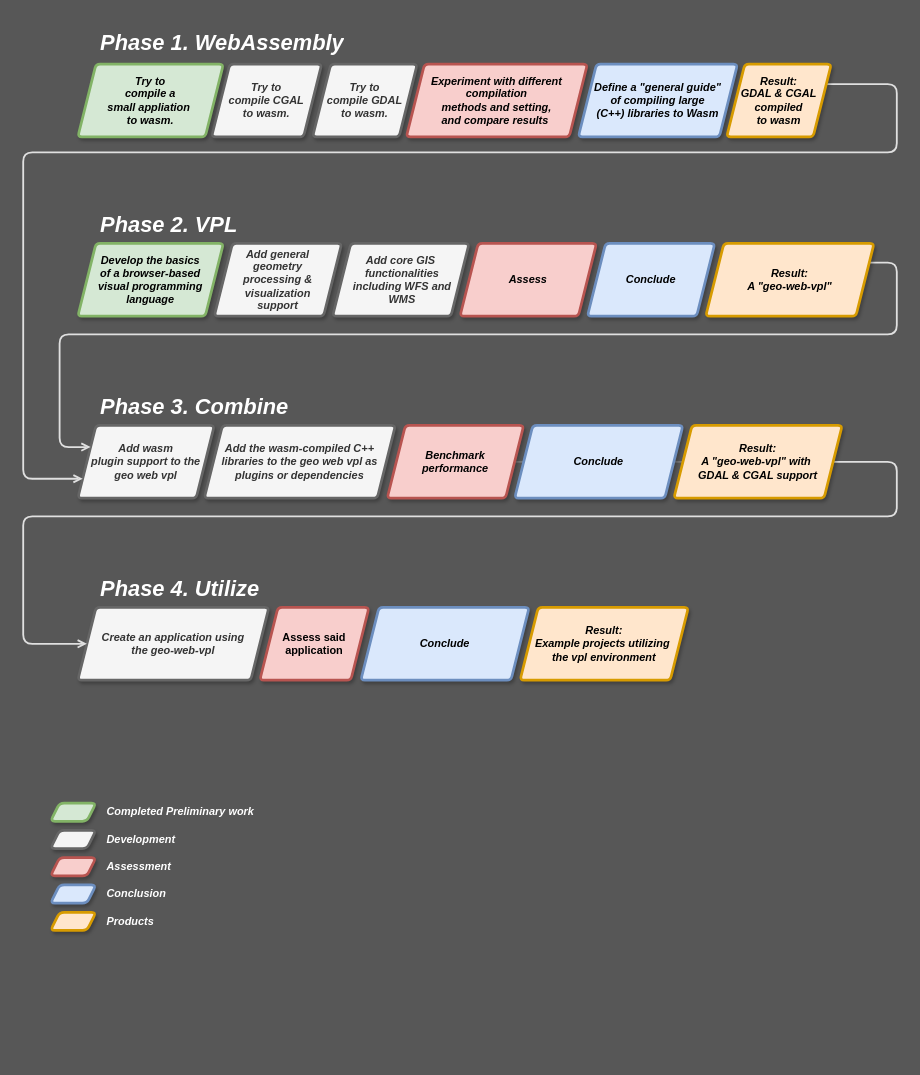
Before: proposal/schemas/Untitled Diagram.drawio in the-red-feather/thesis, a draw.io diagram. Source tidied: cells renumbered, new cells numbered last; positions are measured from the earlier drawing's top-left corner, leaving out a move shared by most shapes. Both pictures are drawn from the tidied source at 91%, with x=0, y=0 at pixel (23, 25).
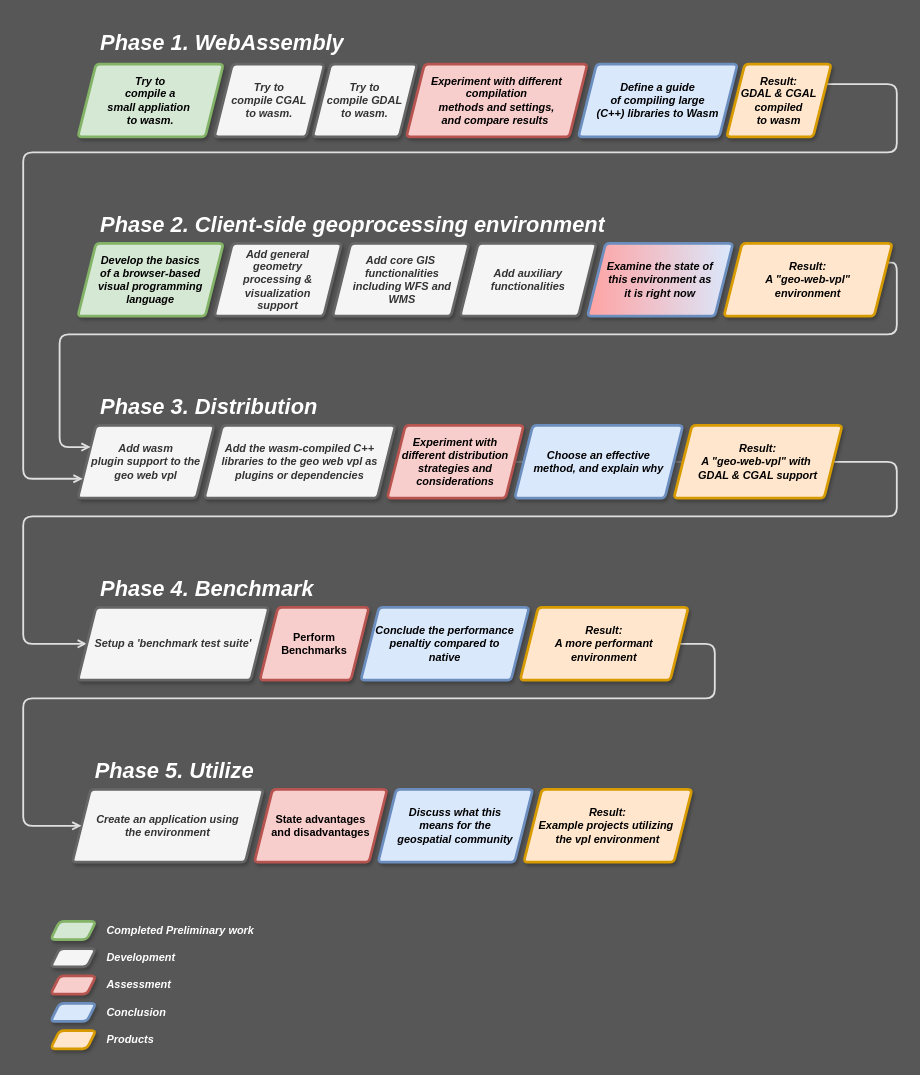
The same diagram, later.

Unchanged cells that the change refers to:
```xml
<mxCell id="2" value="&lt;div&gt;&lt;i&gt;&lt;b&gt;Add wasm &lt;br&gt;&lt;/b&gt;&lt;/i&gt;&lt;/div&gt;&lt;div&gt;&lt;i&gt;&lt;b&gt;plugin support to the &lt;br&gt;&lt;/b&gt;&lt;/i&gt;&lt;/div&gt;&lt;div&gt;&lt;i&gt;&lt;b&gt;geo web vpl&lt;/b&gt;&lt;/i&gt;&lt;/div&gt;" style="shape=parallelogram;perimeter=parallelogramPerimeter;whiteSpace=wrap;html=1;fixedSize=1;fillColor=#f5f5f5;strokeColor=#666666;fontColor=#333333;rounded=1;strokeWidth=3;arcSize=9;shadow=1;fontFamily=Helvetica;" parent="1" vertex="1">
  <mxGeometry x="60" y="440" width="150" height="80" as="geometry" />
</mxCell>
```

The edit, as a diff of the source:
```diff
@@
     <mxCell id="3" value="&lt;div&gt;&lt;i&gt;&lt;b&gt;Try to&lt;/b&gt;&lt;/i&gt;&lt;/div&gt;&lt;div&gt;&lt;i&gt;&lt;b&gt;compile CGAL &lt;br&gt;&lt;/b&gt;&lt;/i&gt;&lt;/div&gt;&lt;div&gt;&lt;i&gt;&lt;b&gt;to wasm.&lt;/b&gt;&lt;/i&gt;&lt;/div&gt;" style="shape=parallelogram;perimeter=parallelogramPerimeter;whiteSpace=wrap;html=1;fixedSize=1;fillColor=#f5f5f5;strokeColor=#666666;fontColor=#333333;rounded=1;strokeWidth=3;arcSize=9;shadow=1;fontFamily=Helvetica;" parent="1" vertex="1">
-      <mxGeometry x="207" y="43" width="121" height="80" as="geometry" />
+      <mxGeometry x="210" y="43" width="121" height="80" as="geometry" />
     </mxCell>
@@
-    <mxCell id="5" value="&lt;font color=&quot;#333333&quot;&gt;&lt;b&gt;&lt;i&gt;&lt;font&gt;Create an application using&lt;br&gt;the geo-web-vpl&lt;/font&gt;&lt;/i&gt;&lt;/b&gt;&lt;/font&gt;" style="shape=parallelogram;perimeter=parallelogramPerimeter;whiteSpace=wrap;html=1;fixedSize=1;fillColor=#f5f5f5;strokeColor=#666666;fontColor=#333333;rounded=1;strokeWidth=3;arcSize=9;shadow=1;fontFamily=Helvetica;" parent="1" vertex="1">
-      <mxGeometry x="60" y="640" width="210" height="80" as="geometry" />
+    <mxCell id="5" value="&lt;font color=&quot;#333333&quot;&gt;&lt;b&gt;&lt;i&gt;&lt;font&gt;Create an application using&lt;br&gt;the environment&lt;/font&gt;&lt;/i&gt;&lt;/b&gt;&lt;/font&gt;" style="shape=parallelogram;perimeter=parallelogramPerimeter;whiteSpace=wrap;html=1;fixedSize=1;fillColor=#f5f5f5;strokeColor=#666666;fontColor=#333333;rounded=1;strokeWidth=3;arcSize=9;shadow=1;fontFamily=Helvetica;" parent="1" vertex="1">
+      <mxGeometry x="54" y="840" width="210" height="80" as="geometry" />
     </mxCell>
@@
-    <mxCell id="7" value="&lt;h1&gt;&lt;i&gt;Phase 2. VPL&lt;br&gt;&lt;/i&gt;&lt;/h1&gt;" style="text;html=1;strokeColor=none;fillColor=none;spacing=5;spacingTop=-20;whiteSpace=wrap;overflow=hidden;fontColor=#FFFFFF;rounded=0;fontFamily=Helvetica;" parent="1" vertex="1">
-      <mxGeometry x="80" y="200" width="450" height="35" as="geometry" />
+    <mxCell id="7" value="&lt;h1&gt;&lt;i&gt;Phase 2. Client-side geoprocessing environment&lt;br&gt;&lt;/i&gt;&lt;/h1&gt;" style="text;html=1;strokeColor=none;fillColor=none;spacing=5;spacingTop=-20;whiteSpace=wrap;overflow=hidden;fontColor=#FFFFFF;rounded=0;fontFamily=Helvetica;" parent="1" vertex="1">
+      <mxGeometry x="80" y="200" width="670" height="35" as="geometry" />
     </mxCell>
-    <mxCell id="8" value="&lt;h1&gt;&lt;i&gt;Phase 3. Combine&lt;br&gt;&lt;/i&gt;&lt;/h1&gt;" style="text;html=1;strokeColor=none;fillColor=none;spacing=5;spacingTop=-20;whiteSpace=wrap;overflow=hidden;fontColor=#FFFFFF;rounded=0;fontFamily=Helvetica;" parent="1" vertex="1">
+    <mxCell id="8" value="&lt;h1&gt;&lt;i&gt;Phase 3. Distribution&lt;br&gt;&lt;/i&gt;&lt;/h1&gt;" style="text;html=1;strokeColor=none;fillColor=none;spacing=5;spacingTop=-20;whiteSpace=wrap;overflow=hidden;fontColor=#FFFFFF;rounded=0;fontFamily=Helvetica;" parent="1" vertex="1">
       <mxGeometry x="80" y="400" width="480" height="40" as="geometry" />
     </mxCell>
-    <mxCell id="9" value="&lt;h1&gt;&lt;i&gt;Phase 4. Utilize&lt;/i&gt;&lt;/h1&gt;" style="text;html=1;strokeColor=none;fillColor=none;spacing=5;spacingTop=-20;whiteSpace=wrap;overflow=hidden;fontColor=#FFFFFF;rounded=0;fontFamily=Helvetica;" parent="1" vertex="1">
-      <mxGeometry x="80" y="600" width="400" height="40" as="geometry" />
+    <mxCell id="9" value="&lt;h1&gt;&lt;i&gt;Phase 5. Utilize&lt;/i&gt;&lt;/h1&gt;" style="text;html=1;strokeColor=none;fillColor=none;spacing=5;spacingTop=-20;whiteSpace=wrap;overflow=hidden;fontColor=#FFFFFF;rounded=0;fontFamily=Helvetica;" parent="1" vertex="1">
+      <mxGeometry x="74" y="800" width="400" height="40" as="geometry" />
     </mxCell>
-    <mxCell id="10" value="&lt;b&gt;Assess said application&lt;/b&gt;" style="shape=parallelogram;perimeter=parallelogramPerimeter;whiteSpace=wrap;html=1;fixedSize=1;fillColor=#f8cecc;strokeColor=#b85450;rounded=1;strokeWidth=3;shadow=1;arcSize=9;fontFamily=Helvetica;" parent="1" vertex="1">
-      <mxGeometry x="260" y="640" width="120" height="80" as="geometry" />
+    <mxCell id="10" value="&lt;b&gt;State advantages &lt;br&gt;and disadvantages&lt;/b&gt;" style="shape=parallelogram;perimeter=parallelogramPerimeter;whiteSpace=wrap;html=1;fixedSize=1;fillColor=#f8cecc;strokeColor=#b85450;rounded=1;strokeWidth=3;shadow=1;arcSize=9;fontFamily=Helvetica;" parent="1" vertex="1">
+      <mxGeometry x="254" y="840" width="146" height="80" as="geometry" />
     </mxCell>
@@
-    <mxCell id="12" style="edgeStyle=orthogonalEdgeStyle;rounded=1;jettySize=auto;html=1;entryX=0;entryY=0.5;entryDx=0;entryDy=0;fontFamily=Helvetica;fontColor=rgba(0, 0, 0, 1);endArrow=open;endFill=0;strokeColor=#E0E0E0;strokeWidth=2;shadow=0;exitX=1;exitY=0.5;exitDx=0;exitDy=0;" parent="1" edge="1" source="37" target="5">
+    <mxCell id="12" style="edgeStyle=orthogonalEdgeStyle;rounded=1;jettySize=auto;html=1;entryX=0;entryY=0.5;entryDx=0;entryDy=0;fontFamily=Helvetica;fontColor=rgba(0, 0, 0, 1);endArrow=open;endFill=0;strokeColor=#E0E0E0;strokeWidth=2;shadow=0;exitX=1;exitY=0.5;exitDx=0;exitDy=0;" parent="1" edge="1" source="37" target="43">
       <mxGeometry relative="1" as="geometry">
         <Array as="points">
           <mxPoint x="960" y="480" />
           <mxPoint x="960" y="540" />
           <mxPoint y="540" />
           <mxPoint y="680" />
         </Array>
       </mxGeometry>
     </mxCell>
@@
-    <mxCell id="14" value="&lt;i&gt;&lt;b&gt;Benchmark&lt;br&gt;&lt;/b&gt;&lt;/i&gt;&lt;i&gt;&lt;b&gt;performance&lt;br&gt;&lt;/b&gt;&lt;/i&gt;" style="shape=parallelogram;perimeter=parallelogramPerimeter;whiteSpace=wrap;html=1;fixedSize=1;fillColor=#f8cecc;strokeColor=#b85450;rounded=1;strokeWidth=3;arcSize=9;shadow=1;fontFamily=Helvetica;" parent="1" vertex="1">
+    <mxCell id="14" value="&lt;b&gt;&lt;i&gt;Experiment with &lt;br&gt;different distribution&lt;br&gt;strategies and considerations&lt;/i&gt;&lt;/b&gt;&lt;i&gt;&lt;b&gt;&lt;br&gt;&lt;/b&gt;&lt;/i&gt;" style="shape=parallelogram;perimeter=parallelogramPerimeter;whiteSpace=wrap;html=1;fixedSize=1;fillColor=#f8cecc;strokeColor=#b85450;rounded=1;strokeWidth=3;arcSize=9;shadow=1;fontFamily=Helvetica;" parent="1" vertex="1">
       <mxGeometry x="400" y="440" width="150" height="80" as="geometry" />
     </mxCell>
@@
-    <mxCell id="17" value="&lt;div&gt;&lt;i&gt;&lt;b&gt;Define a &quot;general guide&quot; &lt;br&gt;&lt;/b&gt;&lt;/i&gt;&lt;/div&gt;&lt;div&gt;&lt;i&gt;&lt;b&gt;of compiling large &lt;br&gt;(C++) libraries to Wasm&lt;/b&gt;&lt;/i&gt;&lt;br&gt;&lt;/div&gt;" style="shape=parallelogram;perimeter=parallelogramPerimeter;whiteSpace=wrap;html=1;fixedSize=1;fillColor=#dae8fc;strokeColor=#6c8ebf;rounded=1;strokeWidth=3;arcSize=9;shadow=1;fontFamily=Helvetica;" parent="1" vertex="1">
+    <mxCell id="17" value="&lt;div&gt;&lt;i&gt;&lt;b&gt;Define a guide&lt;br&gt;&lt;/b&gt;&lt;/i&gt;&lt;/div&gt;&lt;div&gt;&lt;i&gt;&lt;b&gt;of compiling large &lt;br&gt;(C++) libraries to Wasm&lt;/b&gt;&lt;/i&gt;&lt;br&gt;&lt;/div&gt;" style="shape=parallelogram;perimeter=parallelogramPerimeter;whiteSpace=wrap;html=1;fixedSize=1;fillColor=#dae8fc;strokeColor=#6c8ebf;rounded=1;strokeWidth=3;arcSize=9;shadow=1;fontFamily=Helvetica;" parent="1" vertex="1">
       <mxGeometry x="610" y="43" width="175" height="80" as="geometry" />
     </mxCell>
-    <mxCell id="18" value="&lt;b&gt;&lt;i&gt;Experiment with different compilation &lt;br&gt;methods and setting,&lt;br&gt;and compare results&amp;nbsp;&lt;br&gt;&lt;/i&gt;&lt;/b&gt;" style="shape=parallelogram;perimeter=parallelogramPerimeter;whiteSpace=wrap;html=1;fixedSize=1;fillColor=#f8cecc;strokeColor=#b85450;rounded=1;strokeWidth=3;arcSize=9;shadow=1;fontFamily=Helvetica;" parent="1" vertex="1">
+    <mxCell id="18" value="&lt;b&gt;&lt;i&gt;Experiment with different compilation &lt;br&gt;methods and settings,&lt;br&gt;and compare results&amp;nbsp;&lt;br&gt;&lt;/i&gt;&lt;/b&gt;" style="shape=parallelogram;perimeter=parallelogramPerimeter;whiteSpace=wrap;html=1;fixedSize=1;fillColor=#f8cecc;strokeColor=#b85450;rounded=1;strokeWidth=3;arcSize=9;shadow=1;fontFamily=Helvetica;" parent="1" vertex="1">
       <mxGeometry x="421" y="43" width="199" height="80" as="geometry" />
     </mxCell>
-    <mxCell id="19" value="&lt;b&gt;&lt;i&gt;Conclude&lt;br&gt;&lt;/i&gt;&lt;/b&gt;" style="shape=parallelogram;perimeter=parallelogramPerimeter;whiteSpace=wrap;html=1;fixedSize=1;fillColor=#dae8fc;strokeColor=#6c8ebf;rounded=1;strokeWidth=3;arcSize=9;shadow=1;fontFamily=Helvetica;" parent="1" vertex="1">
-      <mxGeometry x="371" y="640" width="185" height="80" as="geometry" />
+    <mxCell id="19" value="&lt;b&gt;&lt;i&gt;Discuss what this&lt;br&gt;means for the &lt;br&gt;geospatial community&lt;br&gt;&lt;/i&gt;&lt;/b&gt;" style="shape=parallelogram;perimeter=parallelogramPerimeter;whiteSpace=wrap;html=1;fixedSize=1;fillColor=#dae8fc;strokeColor=#6c8ebf;rounded=1;strokeWidth=3;arcSize=9;shadow=1;fontFamily=Helvetica;" parent="1" vertex="1">
+      <mxGeometry x="390" y="840" width="170" height="80" as="geometry" />
     </mxCell>
     <mxCell id="20" value="&lt;b&gt;&lt;i&gt;Result: &lt;br&gt;Example projects utilizing&amp;nbsp;&lt;br&gt;the vpl environment&lt;br&gt;&lt;/i&gt;&lt;/b&gt;" style="shape=parallelogram;perimeter=parallelogramPerimeter;whiteSpace=wrap;html=1;fixedSize=1;fillColor=#ffe6cc;strokeColor=#d79b00;rounded=1;strokeWidth=3;arcSize=9;shadow=1;fontFamily=Helvetica;" parent="1" vertex="1">
-      <mxGeometry x="546" y="640" width="185" height="80" as="geometry" />
+      <mxGeometry x="550" y="840" width="185" height="80" as="geometry" />
     </mxCell>
@@
+    <mxCell id="34" value="&lt;b&gt;&lt;i&gt;Add general &lt;br&gt;geometry&lt;br&gt;processing &amp;amp; visualization &lt;br&gt;support&lt;/i&gt;&lt;/b&gt;" style="shape=parallelogram;perimeter=parallelogramPerimeter;whiteSpace=wrap;html=1;fixedSize=1;fillColor=#f5f5f5;strokeColor=#666666;fontColor=#333333;rounded=1;strokeWidth=3;arcSize=9;shadow=1;fontFamily=Helvetica;" parent="1" vertex="1">
+      <mxGeometry x="210" y="240" width="140" height="80" as="geometry" />
+    </mxCell>
+    <mxCell id="35" value="&lt;b&gt;&lt;i&gt;Add core GIS&lt;br&gt;&amp;nbsp;functionalities&lt;br&gt;&amp;nbsp;including WFS and&lt;br&gt;&amp;nbsp;WMS&lt;/i&gt;&lt;/b&gt;" style="shape=parallelogram;perimeter=parallelogramPerimeter;whiteSpace=wrap;html=1;fixedSize=1;fillColor=#f5f5f5;strokeColor=#666666;fontColor=#333333;rounded=1;strokeWidth=3;arcSize=9;shadow=1;fontFamily=Helvetica;" parent="1" vertex="1">
+      <mxGeometry x="340" y="240" width="150" height="80" as="geometry" />
+    </mxCell>
+    <mxCell id="36" value="&lt;b&gt;&lt;i&gt;Choose an effective&lt;br&gt;method, and explain why&lt;br&gt;&lt;/i&gt;&lt;/b&gt;" style="shape=parallelogram;perimeter=parallelogramPerimeter;whiteSpace=wrap;html=1;fixedSize=1;fillColor=#dae8fc;strokeColor=#6c8ebf;rounded=1;strokeWidth=3;arcSize=9;shadow=1;fontFamily=Helvetica;" parent="1" vertex="1">
+      <mxGeometry x="540" y="440" width="185" height="80" as="geometry" />
+    </mxCell>
+    <mxCell id="37" value="&lt;b&gt;&lt;i&gt;Result: &lt;br&gt;A &quot;geo-web-vpl&quot; with&amp;nbsp;&lt;br&gt;GDAL &amp;amp; CGAL support&lt;br&gt;&lt;/i&gt;&lt;/b&gt;" style="shape=parallelogram;perimeter=parallelogramPerimeter;whiteSpace=wrap;html=1;fixedSize=1;fillColor=#ffe6cc;strokeColor=#d79b00;rounded=1;strokeWidth=3;arcSize=9;shadow=1;fontFamily=Helvetica;" parent="1" vertex="1">
+      <mxGeometry x="715" y="440" width="185" height="80" as="geometry" />
+    </mxCell>
+    <mxCell id="39" value="&lt;b&gt;&lt;i&gt;Examine the state of &lt;br&gt;this environment as &lt;br&gt;it is right now&lt;br&gt;&lt;/i&gt;&lt;/b&gt;" style="shape=parallelogram;perimeter=parallelogramPerimeter;whiteSpace=wrap;html=1;fixedSize=1;fillColor=#dae8fc;strokeColor=#6c8ebf;rounded=1;strokeWidth=3;arcSize=9;shadow=1;fontFamily=Helvetica;gradientColor=#FFA3A3;gradientDirection=west;" parent="1" vertex="1">
+      <mxGeometry x="620" y="240" width="160" height="80" as="geometry" />
+    </mxCell>
+    <mxCell id="40" style="edgeStyle=orthogonalEdgeStyle;jettySize=auto;html=1;exitX=1;exitY=0.25;exitDx=0;exitDy=0;entryX=0;entryY=0.25;entryDx=0;entryDy=0;shadow=0;fontFamily=Helvetica;fontColor=#333333;endArrow=open;endFill=0;strokeColor=#E0E0E0;strokeWidth=2;" parent="1" edge="1" source="41" target="2">
+      <mxGeometry relative="1" as="geometry">
+        <Array as="points">
+          <mxPoint x="960" y="261" />
+          <mxPoint x="960" y="340" />
+          <mxPoint x="40" y="340" />
+          <mxPoint x="40" y="464" />
+        </Array>
+      </mxGeometry>
+    </mxCell>
+    <mxCell id="41" value="&lt;b&gt;&lt;i&gt;Result: &lt;br&gt;A &quot;geo-web-vpl&quot;&lt;br&gt;environment&lt;br&gt;&lt;/i&gt;&lt;/b&gt;" style="shape=parallelogram;perimeter=parallelogramPerimeter;whiteSpace=wrap;html=1;fixedSize=1;fillColor=#ffe6cc;strokeColor=#d79b00;rounded=1;strokeWidth=3;arcSize=9;shadow=1;fontFamily=Helvetica;" parent="1" vertex="1">
+      <mxGeometry x="770" y="240" width="185" height="80" as="geometry" />
+    </mxCell>
+    <mxCell id="42" style="group;" parent="1" vertex="1">
+      <mxGeometry x="30" y="980" width="390" height="150" as="geometry" />
+    </mxCell>
-    <mxCell id="23" style="group;fontFamily=Helvetica;" parent="1" vertex="1">
-      <mxGeometry x="30" y="880" width="280" height="120" as="geometry" />
+    <mxCell id="23" style="group;fontFamily=Helvetica;" parent="42" vertex="1">
+      <mxGeometry y="30" width="280" height="120" as="geometry" />
     </mxCell>
@@
-    <mxCell id="32" style="shape=parallelogram;perimeter=parallelogramPerimeter;whiteSpace=wrap;html=1;fixedSize=1;rounded=1;strokeWidth=3;arcSize=10;shadow=1;size=10;fillColor=#d5e8d4;strokeColor=#82b366;fontFamily=Helvetica;" parent="1" vertex="1">
-      <mxGeometry x="30" y="855" width="50" height="20" as="geometry" />
+    <mxCell id="32" style="shape=parallelogram;perimeter=parallelogramPerimeter;whiteSpace=wrap;html=1;fixedSize=1;rounded=1;strokeWidth=3;arcSize=10;shadow=1;size=10;fillColor=#d5e8d4;strokeColor=#82b366;fontFamily=Helvetica;" parent="42" vertex="1">
+      <mxGeometry y="5" width="50" height="20" as="geometry" />
     </mxCell>
-    <mxCell id="33" value="&lt;div&gt;&lt;b&gt;&lt;i&gt;Completed Preliminary work&lt;/i&gt;&lt;/b&gt;&lt;/div&gt;" style="text;html=1;strokeColor=none;fillColor=none;align=left;verticalAlign=middle;whiteSpace=wrap;rounded=0;shadow=1;fontColor=#FFFFFF;fontFamily=Helvetica;" parent="1" vertex="1">
-      <mxGeometry x="90" y="850" width="330" height="30" as="geometry" />
+    <mxCell id="33" value="&lt;div&gt;&lt;b&gt;&lt;i&gt;Completed Preliminary work&lt;/i&gt;&lt;/b&gt;&lt;/div&gt;" style="text;html=1;strokeColor=none;fillColor=none;align=left;verticalAlign=middle;whiteSpace=wrap;rounded=0;shadow=1;fontColor=#FFFFFF;fontFamily=Helvetica;" parent="42" vertex="1">
+      <mxGeometry x="60" width="330" height="30" as="geometry" />
     </mxCell>
-    <mxCell id="34" value="&lt;b&gt;&lt;i&gt;Add general &lt;br&gt;geometry&lt;br&gt;processing &amp;amp; visualization &lt;br&gt;support&lt;/i&gt;&lt;/b&gt;" style="shape=parallelogram;perimeter=parallelogramPerimeter;whiteSpace=wrap;html=1;fixedSize=1;fillColor=#f5f5f5;strokeColor=#666666;fontColor=#333333;rounded=1;strokeWidth=3;arcSize=9;shadow=1;fontFamily=Helvetica;" parent="1" vertex="1">
-      <mxGeometry x="210" y="240" width="140" height="80" as="geometry" />
-    </mxCell>
-    <mxCell id="35" value="&lt;b&gt;&lt;i&gt;Add core GIS&lt;br&gt;&amp;nbsp;functionalities&lt;br&gt;&amp;nbsp;including WFS and&lt;br&gt;&amp;nbsp;WMS&lt;/i&gt;&lt;/b&gt;" style="shape=parallelogram;perimeter=parallelogramPerimeter;whiteSpace=wrap;html=1;fixedSize=1;fillColor=#f5f5f5;strokeColor=#666666;fontColor=#333333;rounded=1;strokeWidth=3;arcSize=9;shadow=1;fontFamily=Helvetica;" parent="1" vertex="1">
-      <mxGeometry x="340" y="240" width="150" height="80" as="geometry" />
-    </mxCell>
-    <mxCell id="36" value="&lt;b&gt;&lt;i&gt;Conclude&lt;br&gt;&lt;/i&gt;&lt;/b&gt;" style="shape=parallelogram;perimeter=parallelogramPerimeter;whiteSpace=wrap;html=1;fixedSize=1;fillColor=#dae8fc;strokeColor=#6c8ebf;rounded=1;strokeWidth=3;arcSize=9;shadow=1;fontFamily=Helvetica;" parent="1" vertex="1">
-      <mxGeometry x="540" y="440" width="185" height="80" as="geometry" />
-    </mxCell>
-    <mxCell id="37" value="&lt;b&gt;&lt;i&gt;Result: &lt;br&gt;A &quot;geo-web-vpl&quot; with&amp;nbsp;&lt;br&gt;GDAL &amp;amp; CGAL support&lt;br&gt;&lt;/i&gt;&lt;/b&gt;" style="shape=parallelogram;perimeter=parallelogramPerimeter;whiteSpace=wrap;html=1;fixedSize=1;fillColor=#ffe6cc;strokeColor=#d79b00;rounded=1;strokeWidth=3;arcSize=9;shadow=1;fontFamily=Helvetica;" parent="1" vertex="1">
-      <mxGeometry x="715" y="440" width="185" height="80" as="geometry" />
-    </mxCell>
-    <mxCell id="38" value="&lt;i&gt;&lt;b&gt;Assess&lt;br&gt;&lt;/b&gt;&lt;/i&gt;" style="shape=parallelogram;perimeter=parallelogramPerimeter;whiteSpace=wrap;html=1;fixedSize=1;fillColor=#f8cecc;strokeColor=#b85450;rounded=1;strokeWidth=3;arcSize=9;shadow=1;fontFamily=Helvetica;" parent="1" vertex="1">
-      <mxGeometry x="480" y="240" width="150" height="80" as="geometry" />
-    </mxCell>
-    <mxCell id="39" value="&lt;b&gt;&lt;i&gt;Conclude&lt;br&gt;&lt;/i&gt;&lt;/b&gt;" style="shape=parallelogram;perimeter=parallelogramPerimeter;whiteSpace=wrap;html=1;fixedSize=1;fillColor=#dae8fc;strokeColor=#6c8ebf;rounded=1;strokeWidth=3;arcSize=9;shadow=1;fontFamily=Helvetica;" parent="1" vertex="1">
-      <mxGeometry x="620" y="240" width="140" height="80" as="geometry" />
-    </mxCell>
-    <mxCell id="40" style="edgeStyle=orthogonalEdgeStyle;jettySize=auto;html=1;exitX=1;exitY=0.25;exitDx=0;exitDy=0;entryX=0;entryY=0.25;entryDx=0;entryDy=0;shadow=0;fontFamily=Helvetica;fontColor=#333333;endArrow=open;endFill=0;strokeColor=#E0E0E0;strokeWidth=2;" parent="1" edge="1" source="41" target="2">
-      <mxGeometry relative="1" as="geometry">
-        <Array as="points">
-          <mxPoint x="960" y="261" />
-          <mxPoint x="960" y="340" />
-          <mxPoint x="40" y="340" />
-          <mxPoint x="40" y="464" />
-        </Array>
-      </mxGeometry>
-    </mxCell>
-    <mxCell id="41" value="&lt;b&gt;&lt;i&gt;Result: &lt;br&gt;A &quot;geo-web-vpl&quot;&lt;br&gt;&lt;/i&gt;&lt;/b&gt;" style="shape=parallelogram;perimeter=parallelogramPerimeter;whiteSpace=wrap;html=1;fixedSize=1;fillColor=#ffe6cc;strokeColor=#d79b00;rounded=1;strokeWidth=3;arcSize=9;shadow=1;fontFamily=Helvetica;" parent="1" vertex="1">
-      <mxGeometry x="750" y="240" width="185" height="80" as="geometry" />
-    </mxCell>
+    <mxCell id="43" value="&lt;b&gt;&lt;i&gt;Setup a 'benchmark test suite'&lt;/i&gt;&lt;/b&gt;" style="shape=parallelogram;perimeter=parallelogramPerimeter;whiteSpace=wrap;html=1;fixedSize=1;fillColor=#f5f5f5;strokeColor=#666666;fontColor=#333333;rounded=1;strokeWidth=3;arcSize=9;shadow=1;fontFamily=Helvetica;" parent="1" vertex="1">
+      <mxGeometry x="60" y="640" width="210" height="80" as="geometry" />
+    </mxCell>
+    <mxCell id="44" value="&lt;h1&gt;&lt;i&gt;Phase 4. Benchmark&lt;/i&gt;&lt;/h1&gt;" style="text;html=1;strokeColor=none;fillColor=none;spacing=5;spacingTop=-20;whiteSpace=wrap;overflow=hidden;fontColor=#FFFFFF;rounded=0;fontFamily=Helvetica;" parent="1" vertex="1">
+      <mxGeometry x="80" y="600" width="400" height="40" as="geometry" />
+    </mxCell>
+    <mxCell id="45" value="&lt;b&gt;Perform Benchmarks&lt;/b&gt;" style="shape=parallelogram;perimeter=parallelogramPerimeter;whiteSpace=wrap;html=1;fixedSize=1;fillColor=#f8cecc;strokeColor=#b85450;rounded=1;strokeWidth=3;shadow=1;arcSize=9;fontFamily=Helvetica;" parent="1" vertex="1">
+      <mxGeometry x="260" y="640" width="120" height="80" as="geometry" />
+    </mxCell>
+    <mxCell id="46" value="&lt;b&gt;&lt;i&gt;Conclude the performance penaltiy compared to &lt;br&gt;native&lt;br&gt;&lt;/i&gt;&lt;/b&gt;" style="shape=parallelogram;perimeter=parallelogramPerimeter;whiteSpace=wrap;html=1;fixedSize=1;fillColor=#dae8fc;strokeColor=#6c8ebf;rounded=1;strokeWidth=3;arcSize=9;shadow=1;fontFamily=Helvetica;" parent="1" vertex="1">
+      <mxGeometry x="371" y="640" width="185" height="80" as="geometry" />
+    </mxCell>
+    <mxCell id="47" style="edgeStyle=orthogonalEdgeStyle;jettySize=auto;html=1;exitX=1;exitY=0.5;exitDx=0;exitDy=0;entryX=0;entryY=0.5;entryDx=0;entryDy=0;shadow=0;endArrow=open;endFill=0;strokeColor=#E0E0E0;strokeWidth=2;" parent="1" edge="1" source="48" target="5">
+      <mxGeometry relative="1" as="geometry">
+        <Array as="points">
+          <mxPoint x="760" y="680" />
+          <mxPoint x="760" y="740" />
+          <mxPoint y="740" />
+          <mxPoint y="880" />
+        </Array>
+      </mxGeometry>
+    </mxCell>
+    <mxCell id="48" value="&lt;b&gt;&lt;i&gt;Result: &lt;br&gt;A more performant &lt;br&gt;environment&lt;br&gt;&lt;/i&gt;&lt;/b&gt;" style="shape=parallelogram;perimeter=parallelogramPerimeter;whiteSpace=wrap;html=1;fixedSize=1;fillColor=#ffe6cc;strokeColor=#d79b00;rounded=1;strokeWidth=3;arcSize=9;shadow=1;fontFamily=Helvetica;" parent="1" vertex="1">
+      <mxGeometry x="546" y="640" width="185" height="80" as="geometry" />
+    </mxCell>
+    <mxCell id="49" value="&lt;b&gt;&lt;i&gt;Add auxiliary&lt;br&gt;functionalities&lt;br&gt;&lt;/i&gt;&lt;/b&gt;" style="shape=parallelogram;perimeter=parallelogramPerimeter;whiteSpace=wrap;html=1;fixedSize=1;fillColor=#f5f5f5;strokeColor=#666666;fontColor=#333333;rounded=1;strokeWidth=3;arcSize=9;shadow=1;fontFamily=Helvetica;" parent="1" vertex="1">
+      <mxGeometry x="480" y="240" width="150" height="80" as="geometry" />
+    </mxCell>
```
